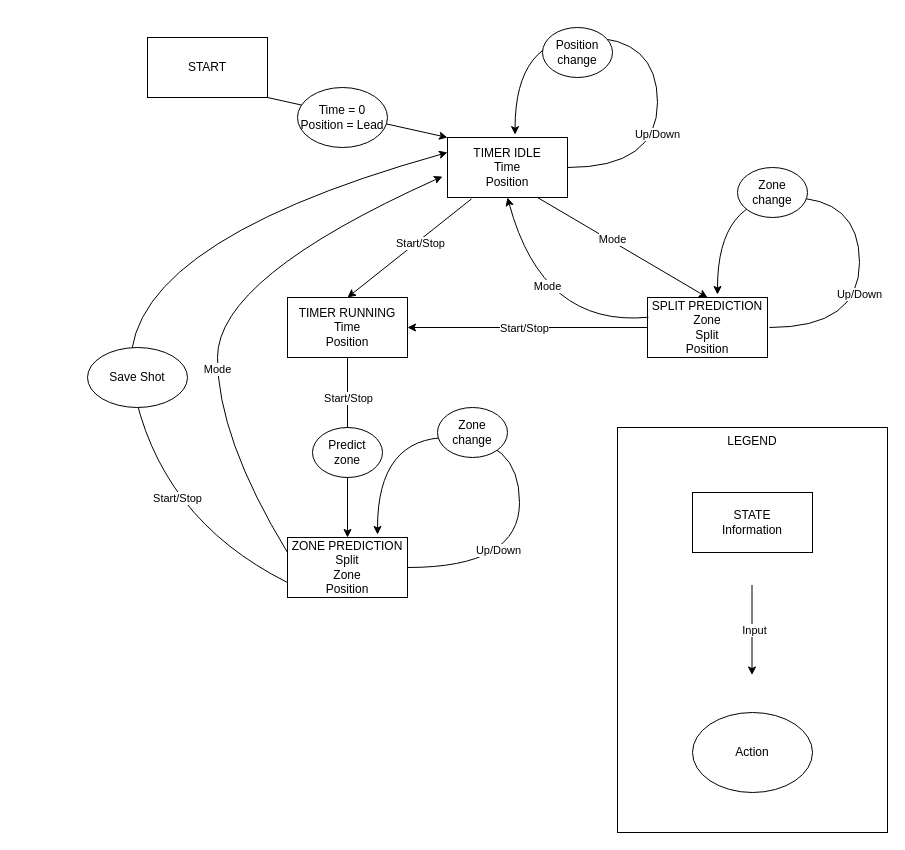
This is state_diagram/SplitTime.drawio.xml from tharness/SplitTime, a draw.io file, before an edit. Source tidied: cells renumbered, new cells numbered last; positions are measured from the earlier drawing's top-left corner, leaving out a move shared by most shapes. Both pictures are drawn from the tidied source at 100%, with x=0, y=0 at pixel (87, 27).
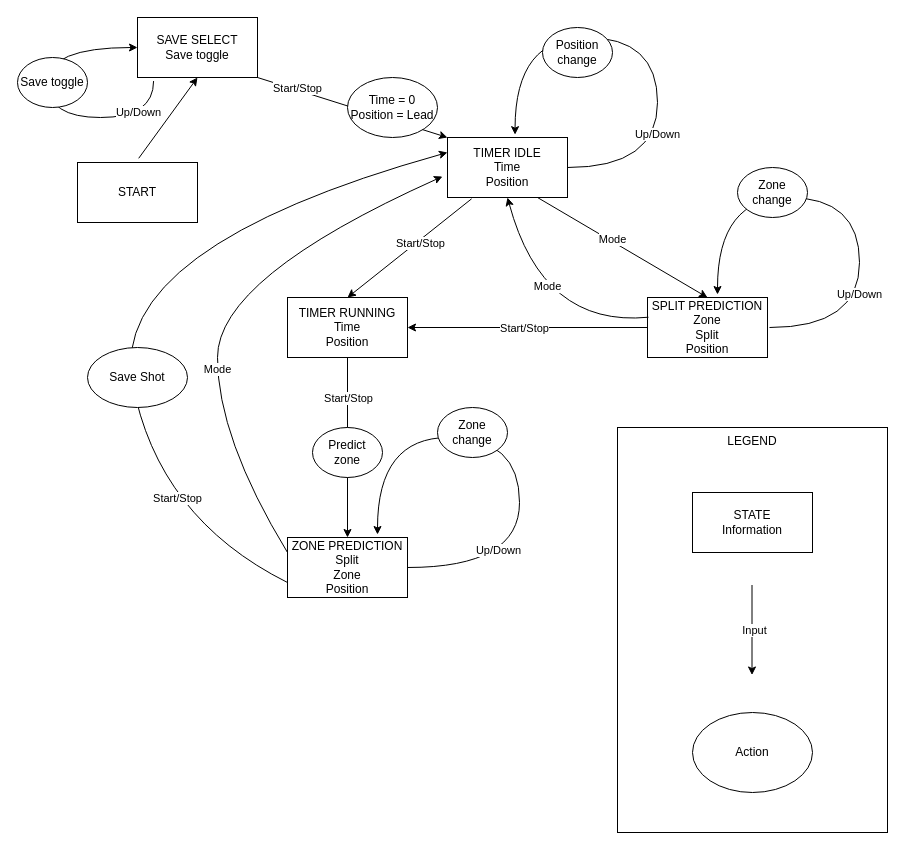
The same page after the edit.

Commit message (it also covers changes not shown here):
Updated diagram to include SAVE SELECT

The change refers to these unchanged cells:
```xml
<mxCell id="8" style="endArrow=classic;html=1;rounded=0;exitX=1;exitY=1;exitDx=0;exitDy=0;entryX=0;entryY=0;entryDx=0;entryDy=0;" parent="1" edge="1" source="26" target="2">
  <mxGeometry relative="1" as="geometry" />
</mxCell>
```

What changed in the source:
```diff
@@
+    <mxCell id="40" value="St&lt;span style=&quot;background-color: light-dark(#ffffff, var(--ge-dark-color, #121212)); color: light-dark(rgb(0, 0, 0), rgb(255, 255, 255));&quot;&gt;art/Stop&lt;/span&gt;" style="edgeLabel;html=1;align=center;verticalAlign=middle;" parent="8" vertex="1">
+      <mxGeometry x="-0.76" y="-3" relative="1" as="geometry">
+        <mxPoint x="18" as="offset" />
+      </mxGeometry>
+    </mxCell>
@@
-    <mxCell id="26" value="START" style="rounded=0;whiteSpace=wrap;html=1;" parent="1" vertex="1">
-      <mxGeometry x="60" y="10" width="120" height="60" as="geometry" />
+    <mxCell id="26" value="SAVE SELECT&lt;div&gt;Save toggle&lt;/div&gt;" style="rounded=0;whiteSpace=wrap;html=1;" parent="1" vertex="1">
+      <mxGeometry x="50" y="-10" width="120" height="60" as="geometry" />
     </mxCell>
     <mxCell id="27" value="Time = 0&lt;div&gt;Position = Lead&lt;/div&gt;" style="ellipse;whiteSpace=wrap;html=1;" parent="1" vertex="1">
-      <mxGeometry x="210" y="60" width="90" height="60" as="geometry" />
+      <mxGeometry x="260" y="50" width="90" height="60" as="geometry" />
     </mxCell>
@@
+    <mxCell id="41" value="START" style="rounded=0;whiteSpace=wrap;html=1;" parent="1" vertex="1">
+      <mxGeometry x="-10" y="135" width="120" height="60" as="geometry" />
+    </mxCell>
+    <mxCell id="42" style="curved=1;endArrow=classic;html=1;rounded=0;entryX=0;entryY=0.5;entryDx=0;entryDy=0;exitX=0.134;exitY=1.059;exitDx=0;exitDy=0;exitPerimeter=0;edgeStyle=orthogonalEdgeStyle;innerLoopWaypoints=1;" parent="1" edge="1" source="26" target="26">
+      <mxGeometry relative="1" as="geometry">
+        <Array as="points">
+          <mxPoint x="66.1" y="90" />
+          <mxPoint x="-40" y="90" />
+          <mxPoint x="-40" y="20" />
+        </Array>
+      </mxGeometry>
+    </mxCell>
+    <mxCell id="43" value="Up/Down" style="edgeLabel;html=1;align=center;verticalAlign=middle;" parent="42" vertex="1">
+      <mxGeometry x="-0.54" y="-6" relative="1" as="geometry">
+        <mxPoint x="18" as="offset" />
+      </mxGeometry>
+    </mxCell>
+    <mxCell id="44" value="Save toggle" style="ellipse;whiteSpace=wrap;html=1;" parent="1" vertex="1">
+      <mxGeometry x="-70" y="30" width="70" height="50" as="geometry" />
+    </mxCell>
+    <mxCell id="45" style="endArrow=classic;html=1;rounded=0;exitX=0.51;exitY=-0.07;exitDx=0;exitDy=0;exitPerimeter=0;entryX=0.5;entryY=1;entryDx=0;entryDy=0;" parent="1" edge="1" source="41" target="26">
+      <mxGeometry relative="1" as="geometry" />
+    </mxCell>
```
